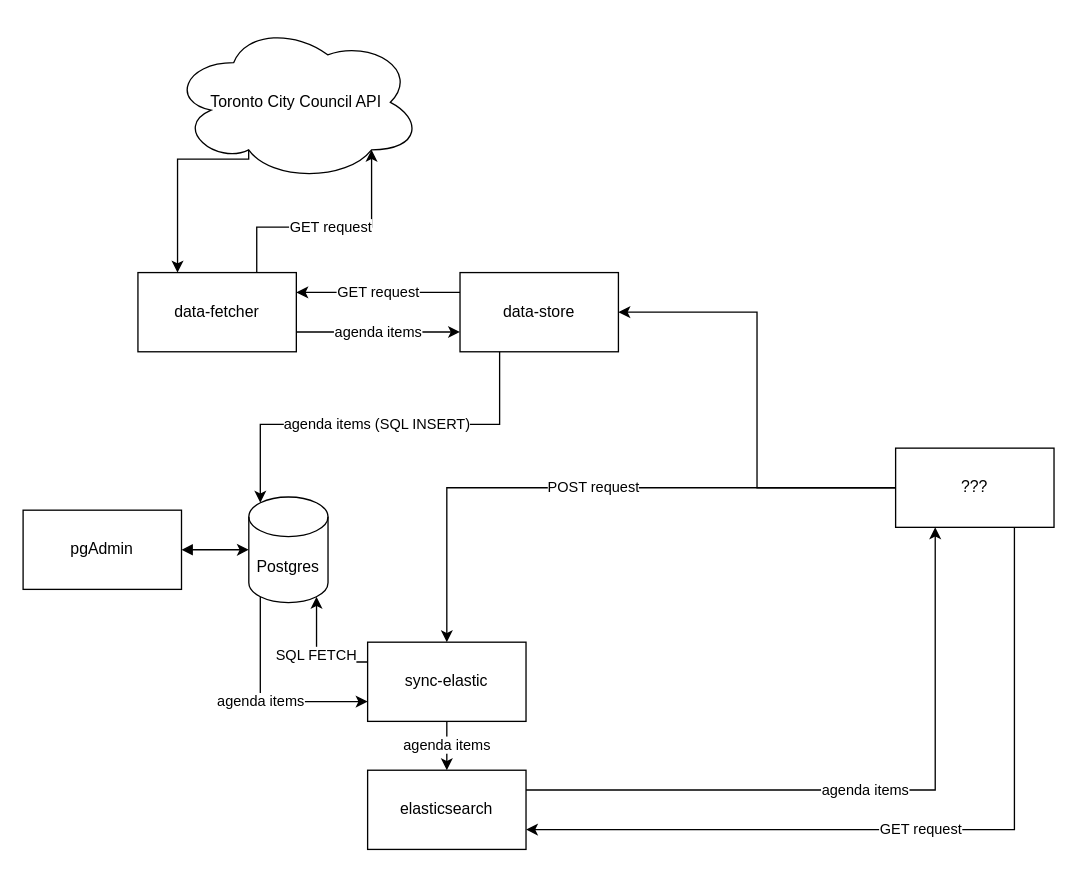
Above: Civic Dashboard.drawio in civic-dashboard/civic-dashboard (draw.io), before the change. Source tidied: cells renumbered, new cells numbered last; positions are measured from the earlier drawing's top-left corner, leaving out a move shared by most shapes. Both pictures are drawn from the tidied source at 132%, with x=0, y=0 at pixel (22, 22).
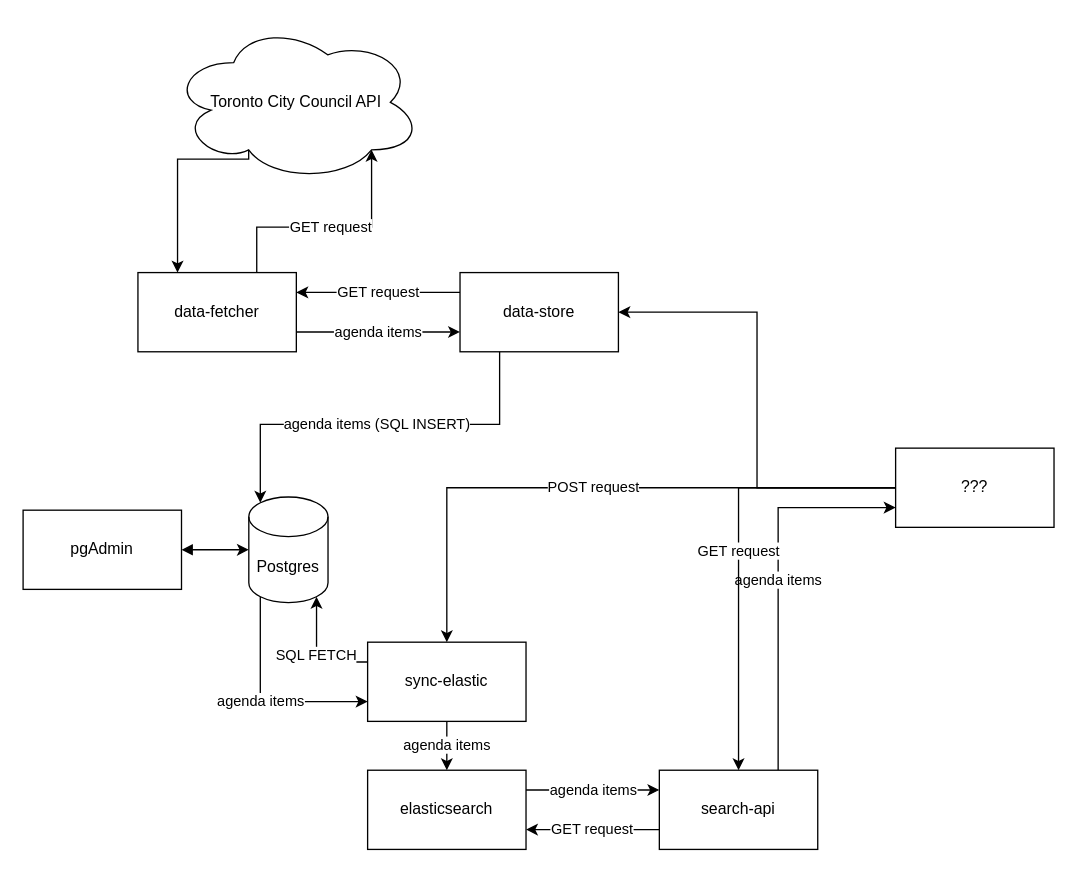
After the change.

Unchanged cells that the change refers to:
```xml
<mxCell id="14" value="elasticsearch" style="rounded=0;whiteSpace=wrap;html=1;" parent="1" vertex="1">
  <mxGeometry x="261" y="566" width="120" height="60" as="geometry" />
</mxCell>
<mxCell id="18" value="???" style="rounded=0;whiteSpace=wrap;html=1;" parent="1" vertex="1">
  <mxGeometry x="661" y="322" width="120" height="60" as="geometry" />
</mxCell>
```

The edit, as a diff of the source:
```diff
@@
-    <mxCell id="8" value="GET request" style="edgeStyle=orthogonalEdgeStyle;rounded=0;jettySize=auto;html=1;exitX=0.75;exitY=1;exitDx=0;exitDy=0;entryX=1;entryY=0.75;entryDx=0;entryDy=0;" parent="1" edge="1" source="18" target="14">
+    <mxCell id="8" value="GET request" style="edgeStyle=orthogonalEdgeStyle;rounded=0;jettySize=auto;html=1;exitX=0;exitY=0.75;exitDx=0;exitDy=0;entryX=1;entryY=0.75;entryDx=0;entryDy=0;" parent="1" edge="1" source="24" target="14">
       <mxGeometry relative="1" as="geometry" />
     </mxCell>
+    <mxCell id="23" value="agenda items" style="edgeStyle=orthogonalEdgeStyle;rounded=0;jettySize=auto;html=1;exitX=0.75;exitY=0;exitDx=0;exitDy=0;entryX=0;entryY=0.75;entryDx=0;entryDy=0;" parent="1" edge="1" source="24" target="18">
+      <mxGeometry relative="1" as="geometry" />
+    </mxCell>
+    <mxCell id="24" value="search-api" style="rounded=0;whiteSpace=wrap;html=1;" parent="1" vertex="1">
+      <mxGeometry x="482" y="566" width="120" height="60" as="geometry" />
+    </mxCell>
@@
-    <mxCell id="13" value="agenda items" style="edgeStyle=orthogonalEdgeStyle;rounded=0;jettySize=auto;html=1;exitX=1;exitY=0.25;exitDx=0;exitDy=0;entryX=0.25;entryY=1;entryDx=0;entryDy=0;" parent="1" edge="1" source="14" target="18">
-      <mxGeometry x="0.01" relative="1" as="geometry" />
+    <mxCell id="13" value="agenda items" style="edgeStyle=orthogonalEdgeStyle;rounded=0;jettySize=auto;html=1;exitX=1;exitY=0.25;exitDx=0;exitDy=0;entryX=0;entryY=0.25;entryDx=0;entryDy=0;" parent="1" edge="1" source="14" target="24">
+      <mxGeometry relative="1" as="geometry" />
     </mxCell>
@@
+    <mxCell id="25" value="GET request" style="edgeStyle=orthogonalEdgeStyle;rounded=0;jettySize=auto;html=1;exitX=0;exitY=0.5;exitDx=0;exitDy=0;entryX=0.5;entryY=0;entryDx=0;entryDy=0;" parent="1" edge="1" source="18" target="24">
+      <mxGeometry relative="1" as="geometry" />
+    </mxCell>
```
